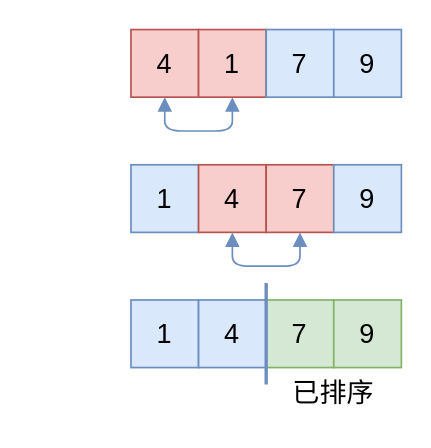
This is src/array/sort/assets/bubble-sort-pass2.drawio from XuShaohua/TheAlgorithms, a draw.io file, before an edit. Source tidied: cells renumbered, new cells numbered last; positions are measured from the earlier drawing's top-left corner, leaving out a move shared by most shapes. Both pictures are drawn from the tidied source at 169%, with x=0, y=0 at pixel (130, 29).
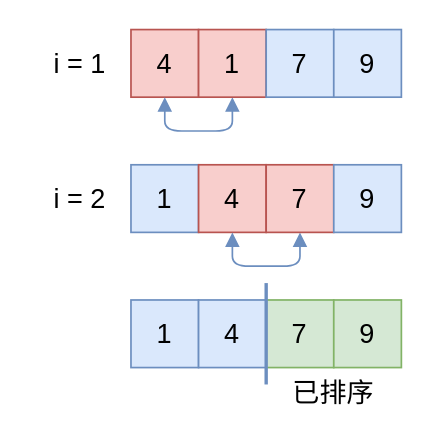
The same diagram, later.

Commit message (it also covers changes not shown here):
sort: Add bubble sort steps

Diff of the diagram source:
```diff
@@
+    <mxCell id="18" value="i = 1" style="text;html=1;align=center;verticalAlign=middle;whiteSpace=wrap;rounded=0;fontFamily=Ubuntu;fontSize=16;fontStyle=0;" parent="1" vertex="1">
+      <mxGeometry x="-60" y="5" width="60" height="30" as="geometry" />
+    </mxCell>
+    <mxCell id="19" value="i = 2" style="text;html=1;align=center;verticalAlign=middle;whiteSpace=wrap;rounded=0;fontFamily=Ubuntu;fontSize=16;fontStyle=0;" parent="1" vertex="1">
+      <mxGeometry x="-60" y="85" width="60" height="30" as="geometry" />
+    </mxCell>
```
